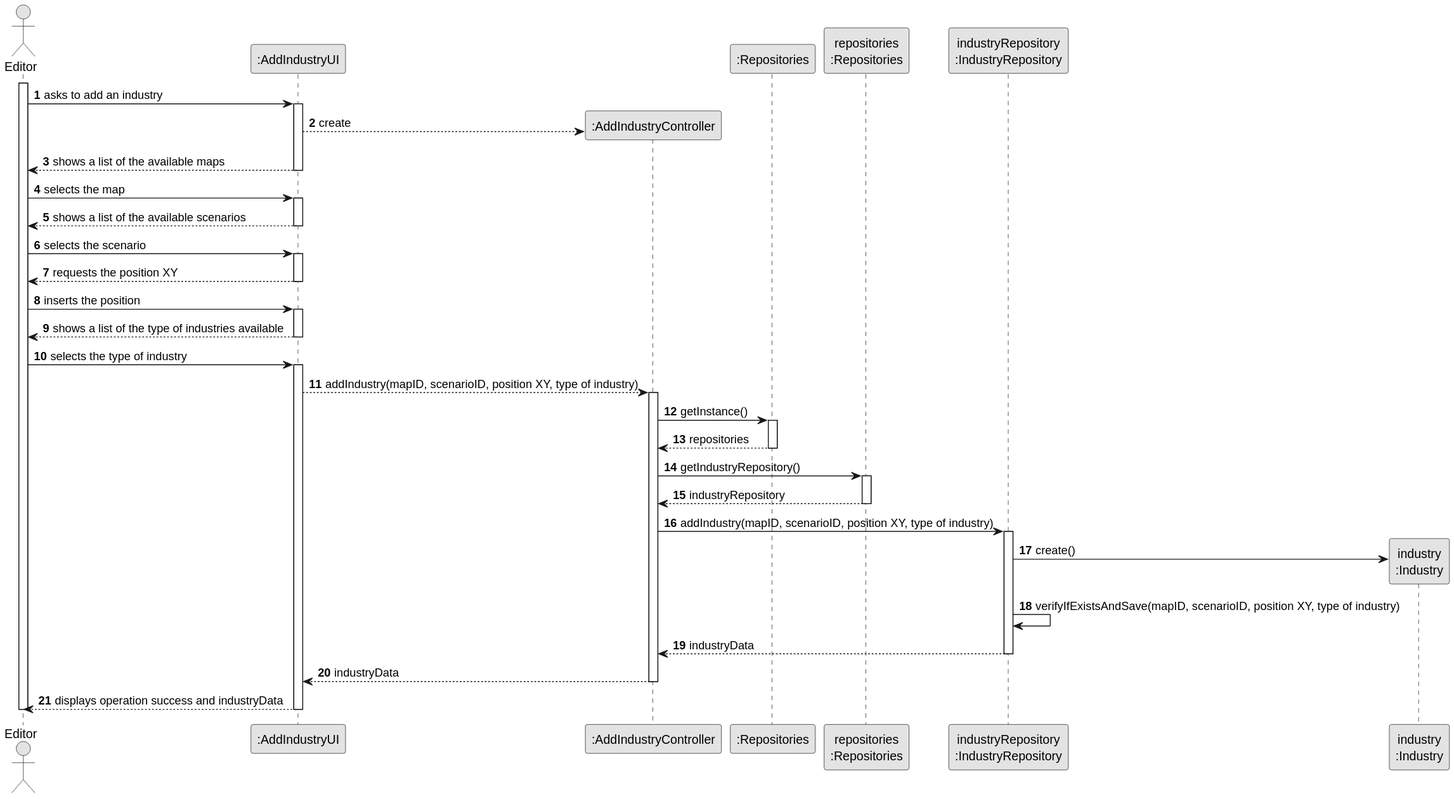
The PlantUML diagram docs/sprint2/us006/03.design/svg/us006-sequence-diagram-full.svg in ivasduarte/all-aboard, before a commit. The source it was exported from:
```plantuml
@startuml
skinparam monochrome true
skinparam packageStyle rectangle
skinparam shadowing false

autonumber

actor "Editor" as Editor
participant ":AddIndustryUI" as UI

activate Editor

Editor -> UI : asks to add an industry
activate UI

create ":AddIndustryController" as CTRL
UI --> CTRL : create

participant ":Repositories" as RepositorySingleton
participant "repositories\n:Repositories" as PLAT
participant "industryRepository\n:IndustryRepository" as industryRepository

UI --> Editor : shows a list of the available maps
deactivate UI

Editor -> UI : selects the map
activate UI

UI --> Editor : shows a list of the available scenarios
deactivate UI

Editor -> UI : selects the scenario
activate UI
UI --> Editor : requests the position XY
deactivate UI

Editor -> UI : inserts the position
activate UI
UI --> Editor : shows a list of the type of industries available
deactivate UI

Editor -> UI : selects the type of industry
activate UI

UI --> CTRL : addIndustry(mapID, scenarioID, position XY, type of industry)
activate CTRL

CTRL -> RepositorySingleton : getInstance()
activate RepositorySingleton
RepositorySingleton --> CTRL : repositories
deactivate RepositorySingleton

CTRL -> PLAT : getIndustryRepository()
activate PLAT
PLAT --> CTRL : industryRepository
deactivate PLAT

CTRL -> industryRepository : addIndustry(mapID, scenarioID, position XY, type of industry)
activate industryRepository

create "industry\n:Industry" as Industry
industryRepository -> Industry : create()

industryRepository -> industryRepository : verifyIfExistsAndSave(mapID, scenarioID, position XY, type of industry)

industryRepository --> CTRL : industryData
deactivate industryRepository

CTRL --> UI : industryData
deactivate CTRL

UI --> Editor : displays operation success and industryData
deactivate UI

deactivate Editor
@enduml
```
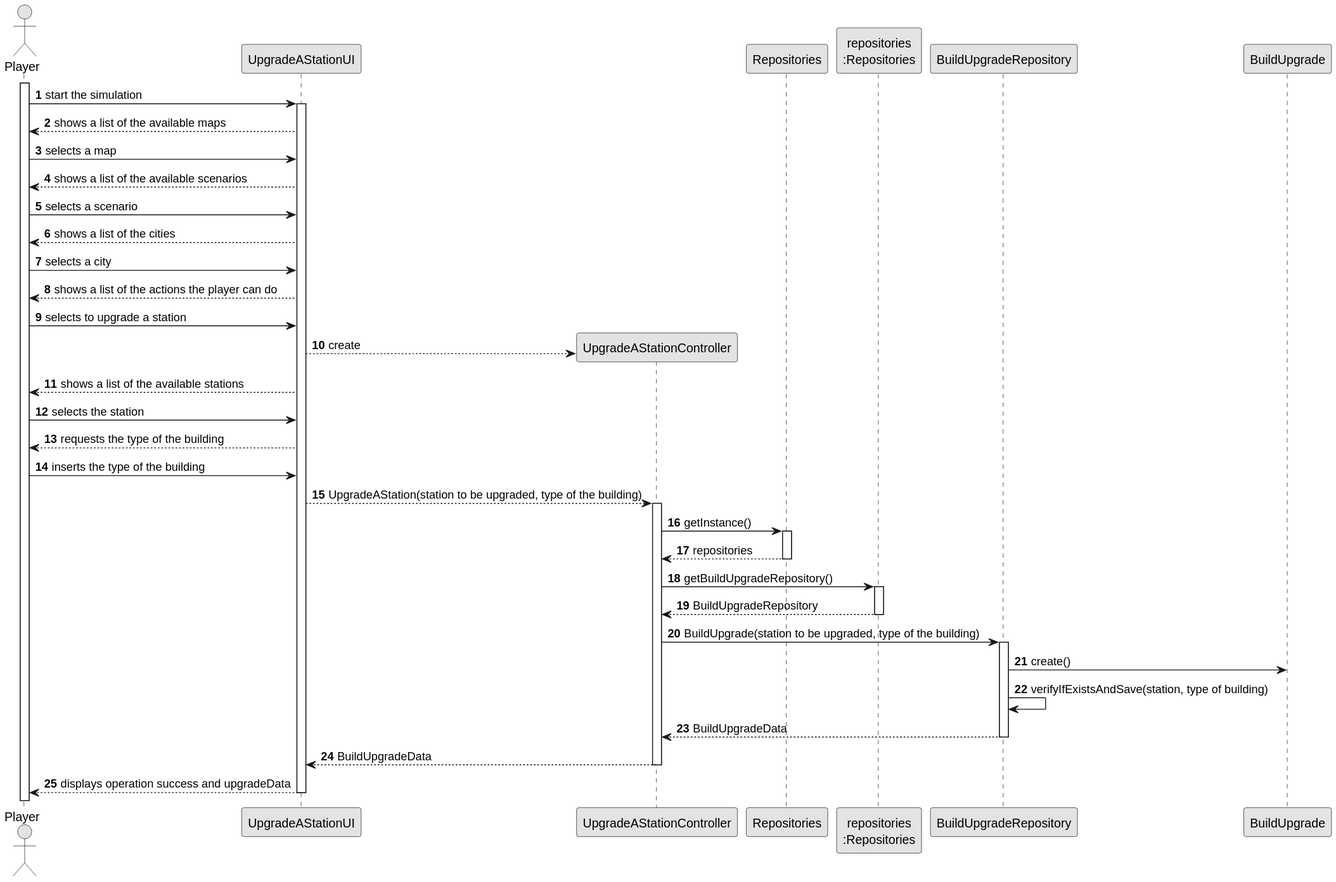
The same file after the commit.

Commit message:
US006(docs): Added sequence diagram

The edit, as a diff of the source:
```diff
@@ -5,44 +5,36 @@
 
 autonumber
 
-actor "Editor" as Editor
-participant ":AddIndustryUI" as UI
+actor "Player" as Editor
+participant "UpgradeAStationUI" as UI
 
 activate Editor
 
-Editor -> UI : asks to add an industry
+Editor -> UI : start the simulation
 activate UI
 
-create ":AddIndustryController" as CTRL
+UI --> Editor : shows a list of the available maps
+Editor -> UI : selects a map
+UI --> Editor : shows a list of the available scenarios
+Editor -> UI : selects a scenario
+UI --> Editor : shows a list of the cities
+Editor -> UI : selects a city
+UI --> Editor : shows a list of the actions the player can do
+Editor -> UI : selects to upgrade a station
+
+create "UpgradeAStationController" as CTRL
 UI --> CTRL : create
 
-participant ":Repositories" as RepositorySingleton
+participant "Repositories" as RepositorySingleton
 participant "repositories\n:Repositories" as PLAT
-participant "industryRepository\n:IndustryRepository" as industryRepository
 
-UI --> Editor : shows a list of the available maps
-deactivate UI
+UI --> Editor : shows a list of the available stations
+Editor -> UI : selects the station
+UI --> Editor : requests the type of the building
+Editor -> UI : inserts the type of the building
 
-Editor -> UI : selects the map
-activate UI
 
-UI --> Editor : shows a list of the available scenarios
-deactivate UI
-
-Editor -> UI : selects the scenario
-activate UI
-UI --> Editor : requests the position XY
-deactivate UI
-
-Editor -> UI : inserts the position
-activate UI
-UI --> Editor : shows a list of the type of industries available
-deactivate UI
-
-Editor -> UI : selects the type of industry
-activate UI
-
-UI --> CTRL : addIndustry(mapID, scenarioID, position XY, type of industry)
+UI --> CTRL : UpgradeAStation(station to be upgraded, type of the building)
 activate CTRL
 
 CTRL -> RepositorySingleton : getInstance()
@@ -50,27 +42,24 @@
 RepositorySingleton --> CTRL : repositories
 deactivate RepositorySingleton
 
-CTRL -> PLAT : getIndustryRepository()
+CTRL -> PLAT : getBuildUpgradeRepository()
 activate PLAT
-PLAT --> CTRL : industryRepository
+PLAT --> CTRL : BuildUpgradeRepository
 deactivate PLAT
 
-CTRL -> industryRepository : addIndustry(mapID, scenarioID, position XY, type of industry)
-activate industryRepository
+CTRL -> BuildUpgradeRepository : BuildUpgrade(station to be upgraded, type of the building)
+activate BuildUpgradeRepository
 
-create "industry\n:Industry" as Industry
-industryRepository -> Industry : create()
+create "BuildUpgradeRepository\n:BuildUpgradeRepository" as BuildUpgradeRepository
+BuildUpgradeRepository -> BuildUpgrade : create()
+BuildUpgradeRepository -> BuildUpgradeRepository : verifyIfExistsAndSave(station, type of building)
 
-industryRepository -> industryRepository : verifyIfExistsAndSave(mapID, scenarioID, position XY, type of industry)
+BuildUpgradeRepository --> CTRL : BuildUpgradeData
+deactivate BuildUpgradeRepository
 
-industryRepository --> CTRL : industryData
-deactivate industryRepository
-
-CTRL --> UI : industryData
+CTRL --> UI : BuildUpgradeData
 deactivate CTRL
 
-UI --> Editor : displays operation success and industryData
+UI --> Editor : displays operation success and upgradeData
 deactivate UI
-
-deactivate Editor
 @enduml
```
